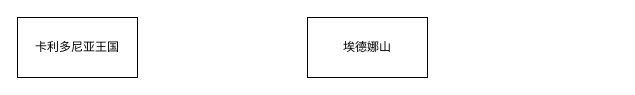
Before: page "map" (10 of 10) of unity.drawio in goldmine/base, a draw.io diagram. Source tidied: cells renumbered, new cells numbered last; positions are measured from the earlier drawing's top-left corner, leaving out a move shared by most shapes. Both pictures are drawn from the tidied source at 100%, with x=0, y=0 at pixel (17, 17).
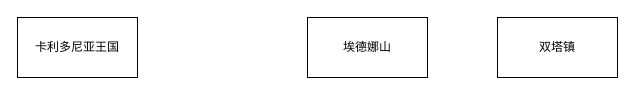
The same page after the edit.

Change to the diagram source:
```diff
@@
 <mxGraphModel>
   <root>
     <mxCell id="0" />
     <mxCell id="1" parent="0" />
     <mxCell id="2" value="卡利多尼亚王国" style="rounded=0;whiteSpace=wrap;html=1;" parent="1" vertex="1">
       <mxGeometry width="120" height="60" as="geometry" />
     </mxCell>
     <mxCell id="3" value="埃德娜山" style="rounded=0;whiteSpace=wrap;html=1;" parent="1" vertex="1">
       <mxGeometry x="290" width="120" height="60" as="geometry" />
     </mxCell>
+    <mxCell id="4" value="双塔镇" style="rounded=0;whiteSpace=wrap;html=1;" parent="1" vertex="1">
+      <mxGeometry x="480" width="120" height="60" as="geometry" />
+    </mxCell>
   </root>
 </mxGraphModel>
```
